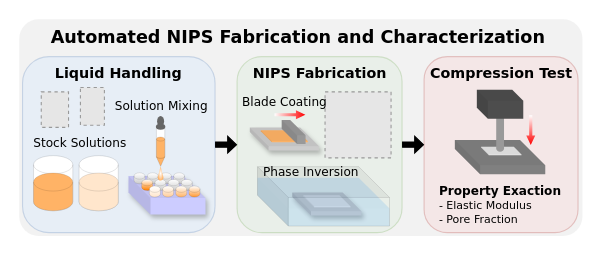
This is toc_for_paper.drawio from Toniaac/hte-data-processing, a draw.io file, before an edit. Source tidied: cells renumbered, new cells numbered last; positions are measured from the earlier drawing's top-left corner, leaving out a move shared by most shapes. Both pictures are drawn from the tidied source at 110%, with x=0, y=0 at pixel (19, 19). Pictures stored in the file or linked from it are replaced by grey dashed boxes.
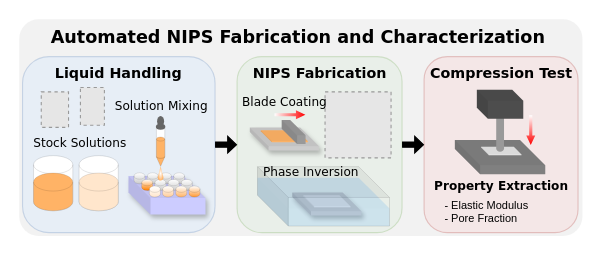
After the change.

Diff of the diagram source:
```diff
@@
-    <mxCell id="55" value="&lt;b&gt;Property Exaction&lt;/b&gt;&lt;div&gt;&lt;span style=&quot;background-color: transparent; color: light-dark(rgb(0, 0, 0), rgb(255, 255, 255));&quot;&gt;&lt;font style=&quot;font-size: 10px;&quot;&gt;- Elastic Modulus&lt;/font&gt;&lt;/span&gt;&lt;/div&gt;&lt;div&gt;&lt;span style=&quot;background-color: transparent; color: light-dark(rgb(0, 0, 0), rgb(255, 255, 255));&quot;&gt;&lt;font style=&quot;font-size: 10px;&quot;&gt;- Pore Fraction&lt;/font&gt;&lt;/span&gt;&lt;/div&gt;" style="text;html=1;align=left;verticalAlign=middle;strokeColor=none;fillColor=none;fontFamily=Verdana;fontSize=11;" parent="1" vertex="1">
-      <mxGeometry x="380" y="144" width="130" height="50" as="geometry" />
-    </mxCell>
@@
+    <mxCell id="60" value="&lt;b style=&quot;color: rgb(0, 0, 0); text-align: left;&quot;&gt;&lt;font&gt;Property Extraction&lt;/font&gt;&lt;/b&gt;" style="text;html=1;align=center;verticalAlign=middle;strokeColor=none;fillColor=none;fontStyle=1;fontSize=11;fontFamily=Verdana;" parent="1" vertex="1">
+      <mxGeometry x="368" y="137" width="140" height="30" as="geometry" />
+    </mxCell>
+    <mxCell id="61" value="- Elastic Modulus &#10;- Pore Fraction" style="text;whiteSpace=wrap;fontSize=10;" parent="1" vertex="1">
+      <mxGeometry x="385.1" y="156.9" width="104" height="40" as="geometry" />
+    </mxCell>
```
